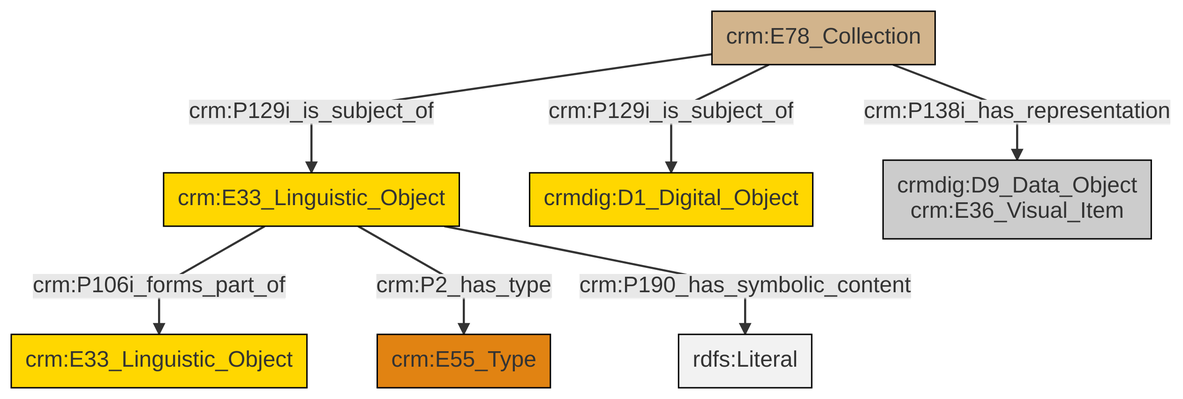
Before: et/archivalCSV/ttl/mmd/png/archival_docs.png, a diagram exported from Mermaid (swiss-art-research-net/docs.swissartresearch). Its source is kept beside it as et/archivalCSV/ttl/mmd/archival_docs.ttl.mmd.
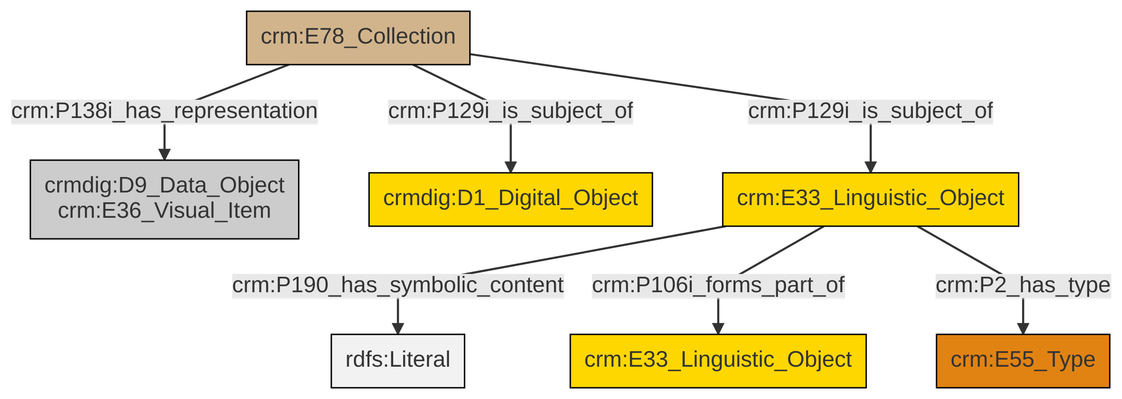
The same diagram one commit later.

Diff of the diagram source:
```diff
@@ -13,9 +13,9 @@
 classDef PC_Classes fill:#4ce600, stroke:#000000;
 classDef Multi fill:#cccccc,stroke:#000000;
 
-4["crm:E33_Linguistic_Object"]:::Conceptual_Object -->|crm:P106i_forms_part_of| 5["crm:E33_Linguistic_Object"]:::Conceptual_Object
-2["crm:E78_Collection"]:::Physical_Thing -->|crm:P129i_is_subject_of| 6["crmdig:D1_Digital_Object"]:::Conceptual_Object
-4["crm:E33_Linguistic_Object"]:::Conceptual_Object -->|crm:P2_has_type| 0["crm:E55_Type"]:::Type
-2["crm:E78_Collection"]:::Physical_Thing -->|crm:P129i_is_subject_of| 4["crm:E33_Linguistic_Object"]:::Conceptual_Object
-4["crm:E33_Linguistic_Object"]:::Conceptual_Object -->|crm:P190_has_symbolic_content| 11[rdfs:Literal]:::Literal
-2["crm:E78_Collection"]:::Physical_Thing -->|crm:P138i_has_representation| 9["crmdig:D9_Data_Object<br>crm:E36_Visual_Item"]:::Multi
+0["crm:E78_Collection"]:::Physical_Thing -->|crm:P138i_has_representation| 4["crmdig:D9_Data_Object<br>crm:E36_Visual_Item"]:::Multi
+0["crm:E78_Collection"]:::Physical_Thing -->|crm:P129i_is_subject_of| 6["crmdig:D1_Digital_Object"]:::Conceptual_Object
+8["crm:E33_Linguistic_Object"]:::Conceptual_Object -->|crm:P190_has_symbolic_content| 13[rdfs:Literal]:::Literal
+8["crm:E33_Linguistic_Object"]:::Conceptual_Object -->|crm:P106i_forms_part_of| 2["crm:E33_Linguistic_Object"]:::Conceptual_Object
+8["crm:E33_Linguistic_Object"]:::Conceptual_Object -->|crm:P2_has_type| 10["crm:E55_Type"]:::Type
+0["crm:E78_Collection"]:::Physical_Thing -->|crm:P129i_is_subject_of| 8["crm:E33_Linguistic_Object"]:::Conceptual_Object
```
